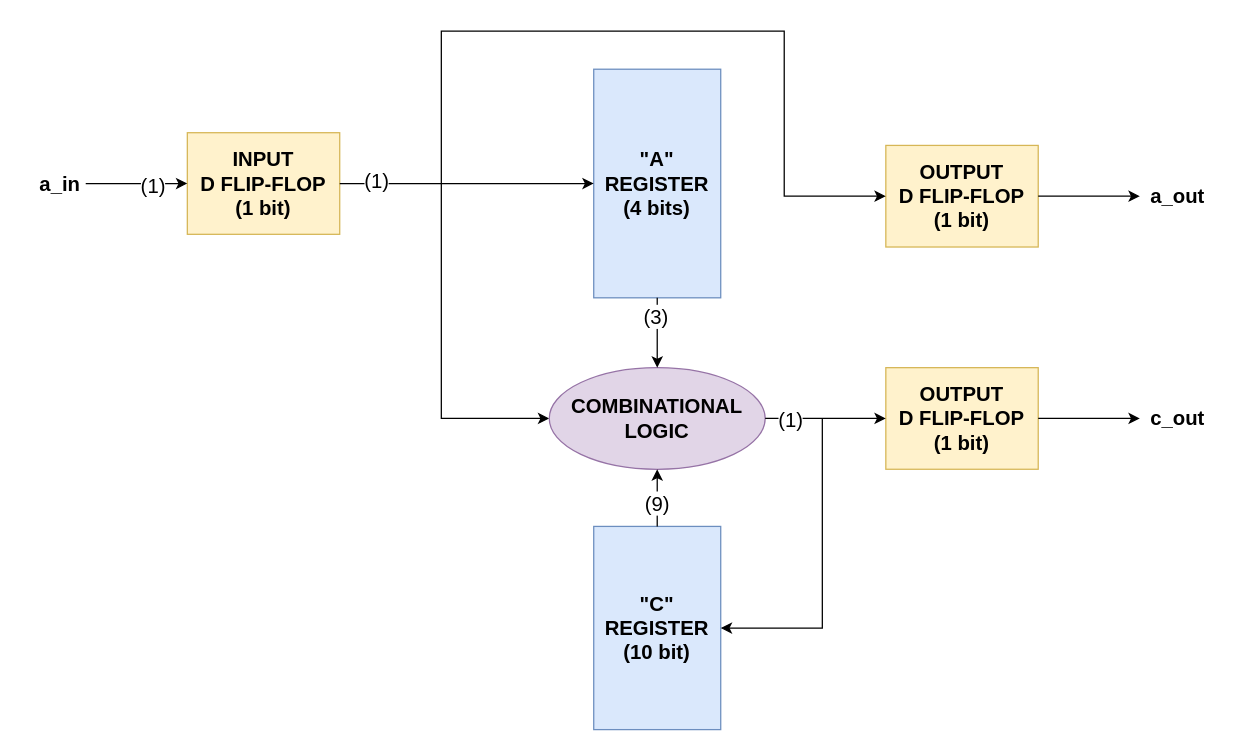
This is docs/unoptimized_diagram.drawio from RiccardoSagramoni/convolutional-code-generator, a draw.io file, before an edit. Source tidied: cells renumbered, new cells numbered last; positions are measured from the earlier drawing's top-left corner, leaving out a move shared by most shapes. Both pictures are drawn from the tidied source at 127%, with x=0, y=0 at pixel (22, 30).
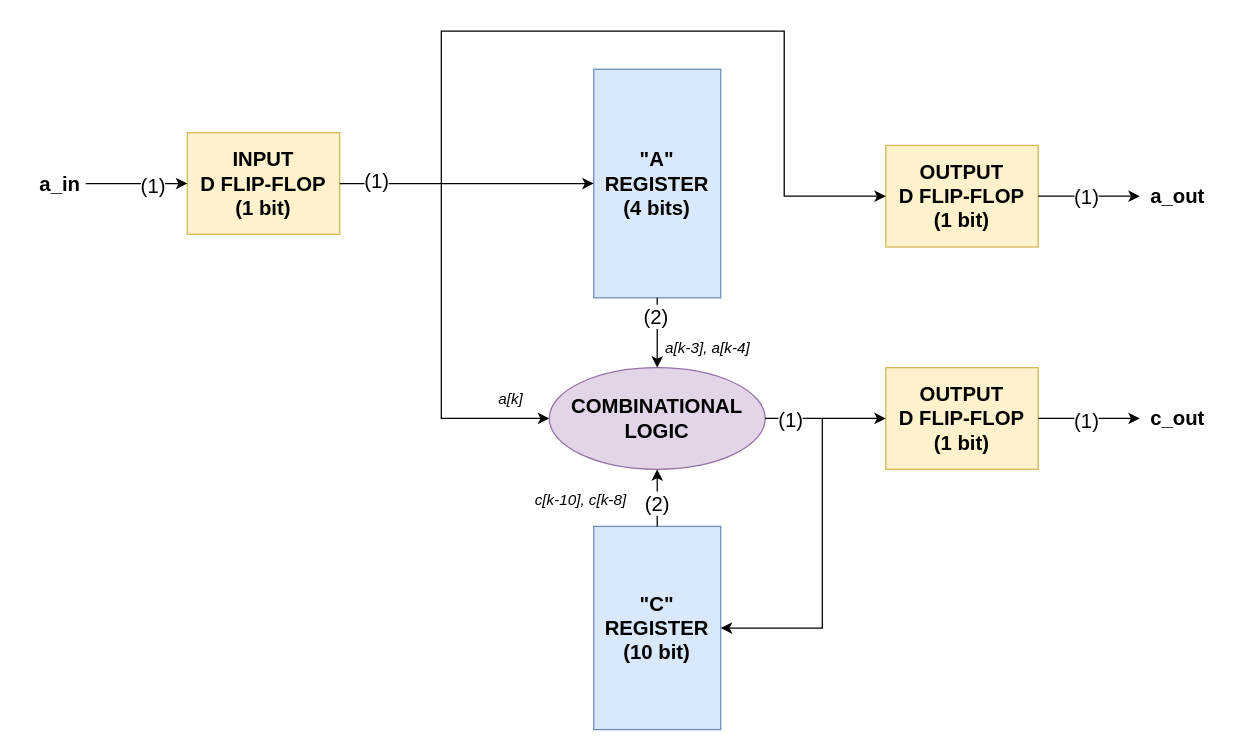
After the change.

Unchanged cells that the change refers to:
```xml
<mxCell id="14" style="endArrow=classic;html=1;rounded=0;fontSize=16;exitX=0.5;exitY=1;exitDx=0;exitDy=0;entryX=0.5;entryY=0;entryDx=0;entryDy=0;exitPerimeter=0;" parent="1" edge="1" source="3" target="13">
  <mxGeometry relative="1" as="geometry" />
</mxCell>
<mxCell id="17" style="endArrow=classic;html=1;rounded=0;fontSize=16;exitX=0.5;exitY=0;exitDx=0;exitDy=0;entryX=0.5;entryY=1;entryDx=0;entryDy=0;" parent="1" edge="1" source="4" target="13">
  <mxGeometry relative="1" as="geometry" />
</mxCell>
<mxCell id="24" style="endArrow=classic;html=1;rounded=0;fontSize=16;exitX=1;exitY=0.5;exitDx=0;exitDy=0;entryX=0;entryY=0.5;entryDx=0;entryDy=0;" parent="1" edge="1" source="10" target="22">
  <mxGeometry relative="1" as="geometry" />
</mxCell>
<mxCell id="25" style="endArrow=classic;html=1;rounded=0;fontSize=16;exitX=1;exitY=0.5;exitDx=0;exitDy=0;entryX=0;entryY=0.5;entryDx=0;entryDy=0;" parent="1" edge="1" source="16" target="23">
  <mxGeometry relative="1" as="geometry" />
</mxCell>
```

What changed in the source:
```diff
@@
-    <mxCell id="15" value="(3)" style="edgeLabel;html=1;align=center;verticalAlign=middle;fontSize=16;" parent="14" vertex="1">
+    <mxCell id="15" value="(2)" style="edgeLabel;html=1;align=center;verticalAlign=middle;fontSize=16;" parent="14" vertex="1">
       <mxGeometry x="-0.48" y="-2" relative="1" as="geometry" />
     </mxCell>
@@
-    <mxCell id="18" value="(9)" style="edgeLabel;html=1;align=center;verticalAlign=middle;fontSize=16;" parent="17" vertex="1">
+    <mxCell id="18" value="(2)" style="edgeLabel;html=1;align=center;verticalAlign=middle;fontSize=16;" parent="17" vertex="1">
       <mxGeometry x="-0.17" y="1" relative="1" as="geometry" />
     </mxCell>
@@
+    <mxCell id="26" value="&lt;font style=&quot;font-size: 16px;&quot;&gt;(1)&lt;/font&gt;" style="edgeLabel;html=1;align=center;verticalAlign=middle;fontSize=16;" parent="24" vertex="1">
+      <mxGeometry x="0.36" y="-2" relative="1" as="geometry">
+        <mxPoint x="-17" y="-2" as="offset" />
+      </mxGeometry>
+    </mxCell>
@@
+    <mxCell id="27" value="(1)" style="edgeLabel;html=1;align=center;verticalAlign=middle;fontSize=16;" parent="25" vertex="1">
+      <mxGeometry x="-0.38" y="-1" relative="1" as="geometry">
+        <mxPoint x="12" as="offset" />
+      </mxGeometry>
+    </mxCell>
+    <mxCell id="28" value="&lt;i&gt;a[k]&lt;/i&gt;" style="text;html=1;strokeColor=none;fillColor=none;align=center;verticalAlign=middle;whiteSpace=wrap;rounded=0;" parent="1" vertex="1">
+      <mxGeometry x="370" y="280" width="30" height="20" as="geometry" />
+    </mxCell>
+    <mxCell id="29" value="&lt;i&gt;a[k-3], a[k-4]&lt;/i&gt;" style="text;html=1;strokeColor=none;fillColor=none;align=center;verticalAlign=middle;whiteSpace=wrap;rounded=0;" parent="1" vertex="1">
+      <mxGeometry x="500" y="240" width="80" height="20" as="geometry" />
+    </mxCell>
+    <mxCell id="30" value="&lt;i&gt;c[k-10], c[k-8]&lt;/i&gt;" style="text;html=1;strokeColor=none;fillColor=none;align=center;verticalAlign=middle;whiteSpace=wrap;rounded=0;" parent="1" vertex="1">
+      <mxGeometry x="400" y="360" width="80" height="20" as="geometry" />
+    </mxCell>
```
